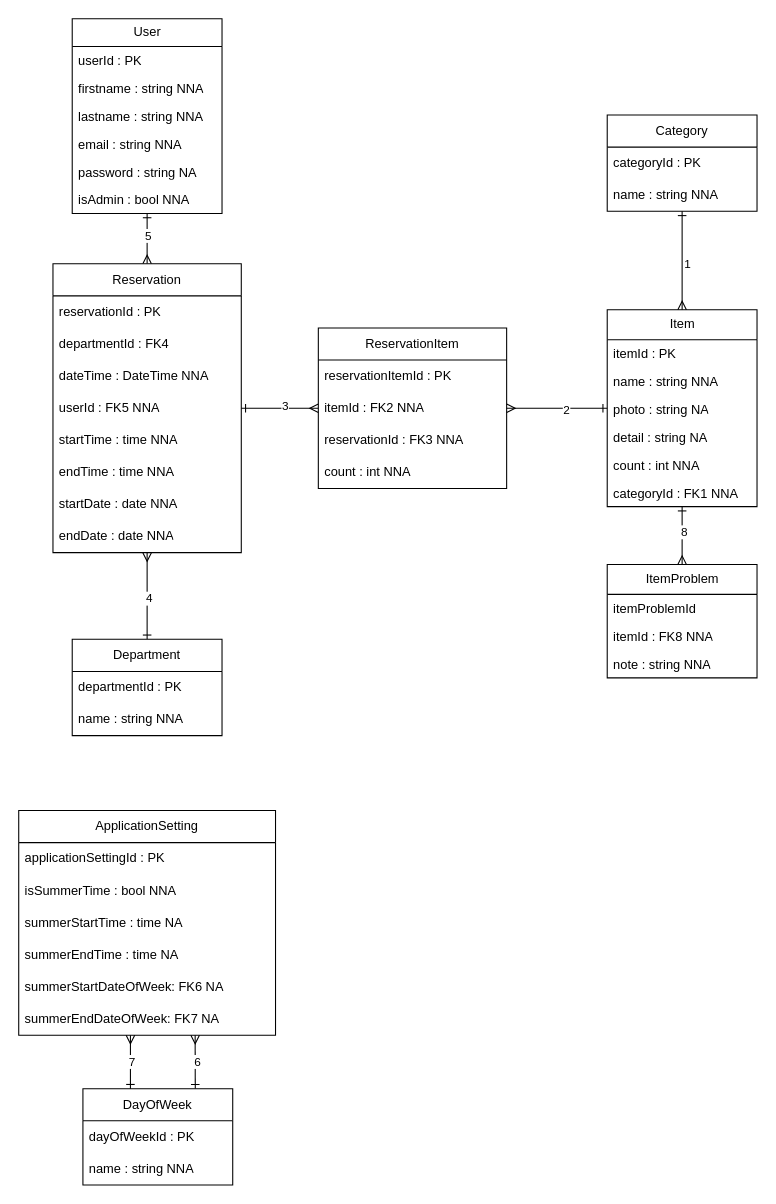
Before: documents/files/ERD.drawio in Thomas-More-Digital-Innovation/2627-waai-006-Asset-Tracking-Tool, a draw.io diagram. Source tidied: cells renumbered, new cells numbered last; positions are measured from the earlier drawing's top-left corner, leaving out a move shared by most shapes. Both pictures are drawn from the tidied source at 107%, with x=0, y=0 at pixel (18, 18).
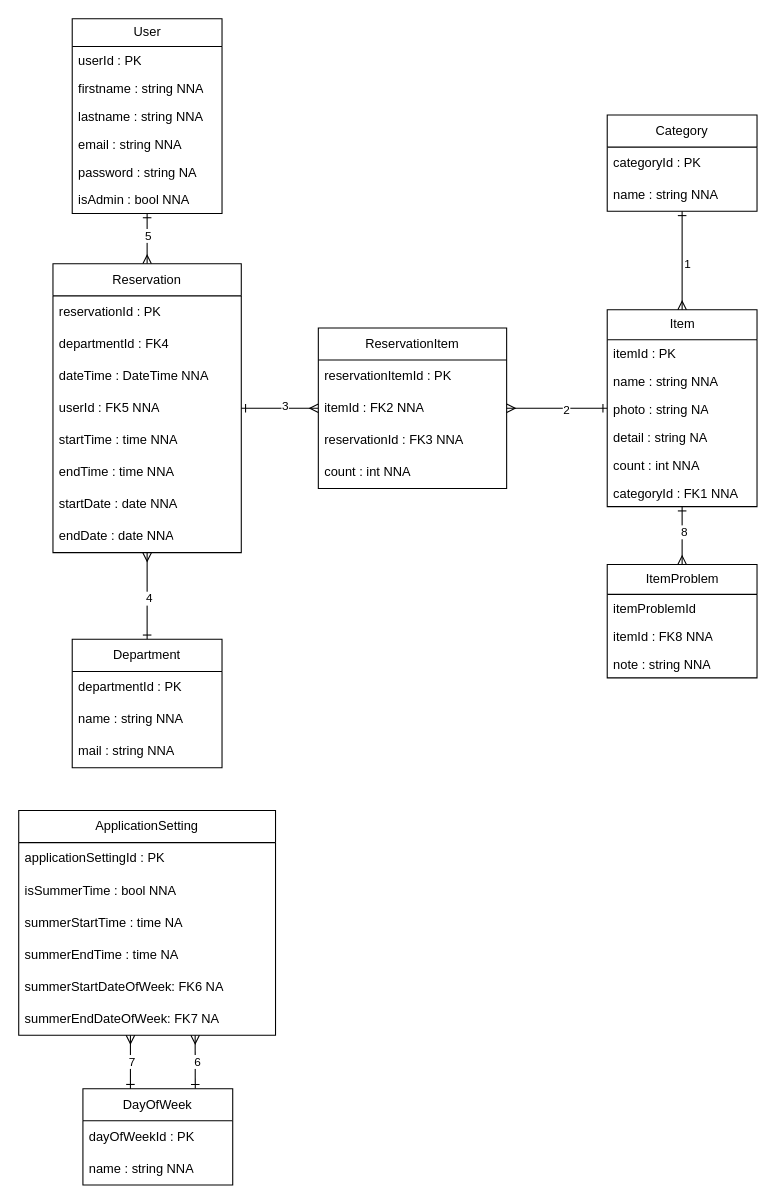
The same diagram, later.

Commit message (it also covers changes not shown here):
Mail toevoegen aan department, oeps vergeten...

What changed in the source:
```diff
@@
     <mxCell id="54" value="Department" style="swimlane;fontStyle=0;horizontal=1;startSize=30;whiteSpace=wrap;html=1;" parent="1" vertex="1">
-      <mxGeometry x="50" y="580" width="140" height="90" as="geometry" />
+      <mxGeometry x="50" y="580" width="140" height="120" as="geometry" />
     </mxCell>
@@
+    <mxCell id="66" value="mail : string NNA" style="text;strokeColor=none;fillColor=none;align=left;verticalAlign=middle;spacingLeft=4;spacingRight=4;overflow=hidden;whiteSpace=wrap;html=1;" parent="54" vertex="1">
+      <mxGeometry y="90" width="140" height="30" as="geometry" />
+    </mxCell>
```
